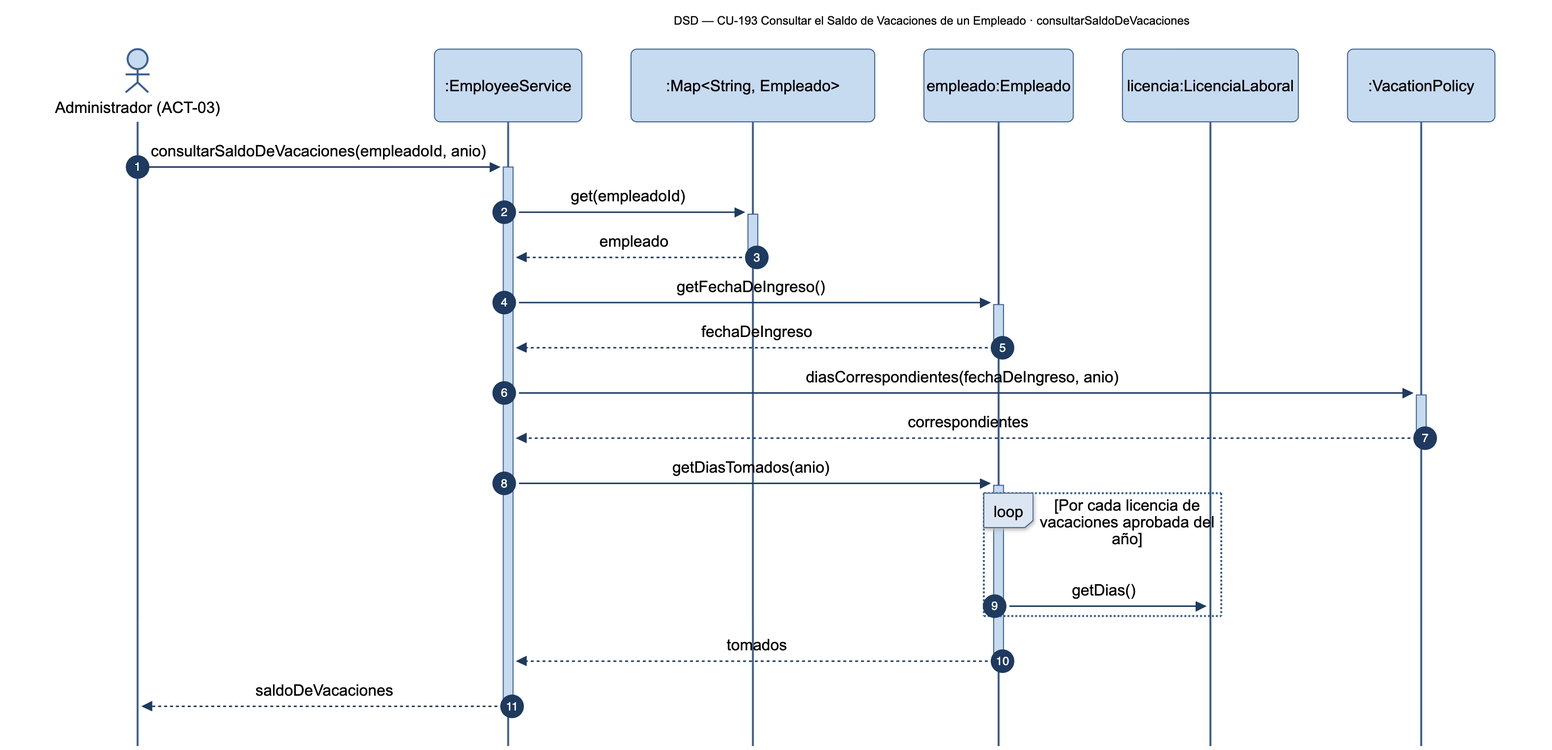
Nahuelito-Dev/splg-docs keeps this Mermaid diagram as diagramas/png/DSD_CU-193_consultarSaldoDeVacaciones.png. Above is the earlier version. Its source is kept beside it as diagramas/DSD_CU-193_consultarSaldoDeVacaciones.mmd. Source of this version:
```mermaid
sequenceDiagram
    title DSD — CU-193 Consultar el Saldo de Vacaciones de un Empleado · consultarSaldoDeVacaciones
    autonumber
    actor ADM as Administrador (ACT-03)
    participant SRV as :EmployeeService
    participant COE as :Map#lt;String, Empleado#gt;
    participant EMP as empleado:Empleado
    participant LIC as licencia:LicenciaLaboral
    participant VAC as :VacationPolicy

    ADM->>+SRV: consultarSaldoDeVacaciones(empleadoId, anio)
    SRV->>+COE: get(empleadoId)
    COE-->>-SRV: empleado
    SRV->>+EMP: getFechaDeIngreso()
    EMP-->>-SRV: fechaDeIngreso
    SRV->>+VAC: diasCorrespondientes(fechaDeIngreso, anio)
    VAC-->>-SRV: correspondientes
    SRV->>+EMP: getDiasTomados(anio)
    loop Por cada licencia de vacaciones aprobada del año
        EMP->>LIC: getDias()
    end
    EMP-->>-SRV: tomados
    SRV-->>-ADM: saldoDeVacaciones
```
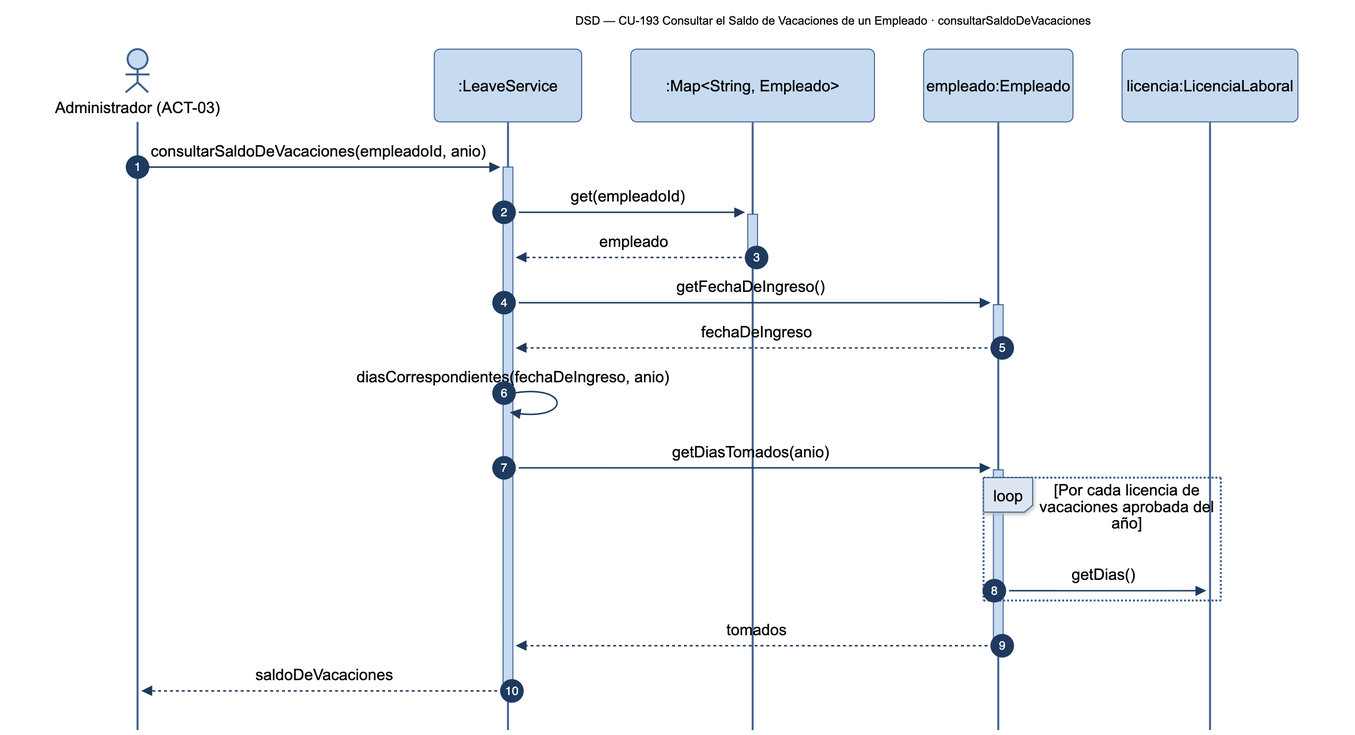
After the commit.

Diff of the diagram source:
```diff
@@ -2,19 +2,17 @@
     title DSD — CU-193 Consultar el Saldo de Vacaciones de un Empleado · consultarSaldoDeVacaciones
     autonumber
     actor ADM as Administrador (ACT-03)
-    participant SRV as :EmployeeService
+    participant SRV as :LeaveService
     participant COE as :Map#lt;String, Empleado#gt;
     participant EMP as empleado:Empleado
     participant LIC as licencia:LicenciaLaboral
-    participant VAC as :VacationPolicy
 
     ADM->>+SRV: consultarSaldoDeVacaciones(empleadoId, anio)
     SRV->>+COE: get(empleadoId)
     COE-->>-SRV: empleado
     SRV->>+EMP: getFechaDeIngreso()
     EMP-->>-SRV: fechaDeIngreso
-    SRV->>+VAC: diasCorrespondientes(fechaDeIngreso, anio)
-    VAC-->>-SRV: correspondientes
+    SRV->>SRV: diasCorrespondientes(fechaDeIngreso, anio)
     SRV->>+EMP: getDiasTomados(anio)
     loop Por cada licencia de vacaciones aprobada del año
         EMP->>LIC: getDias()
```
